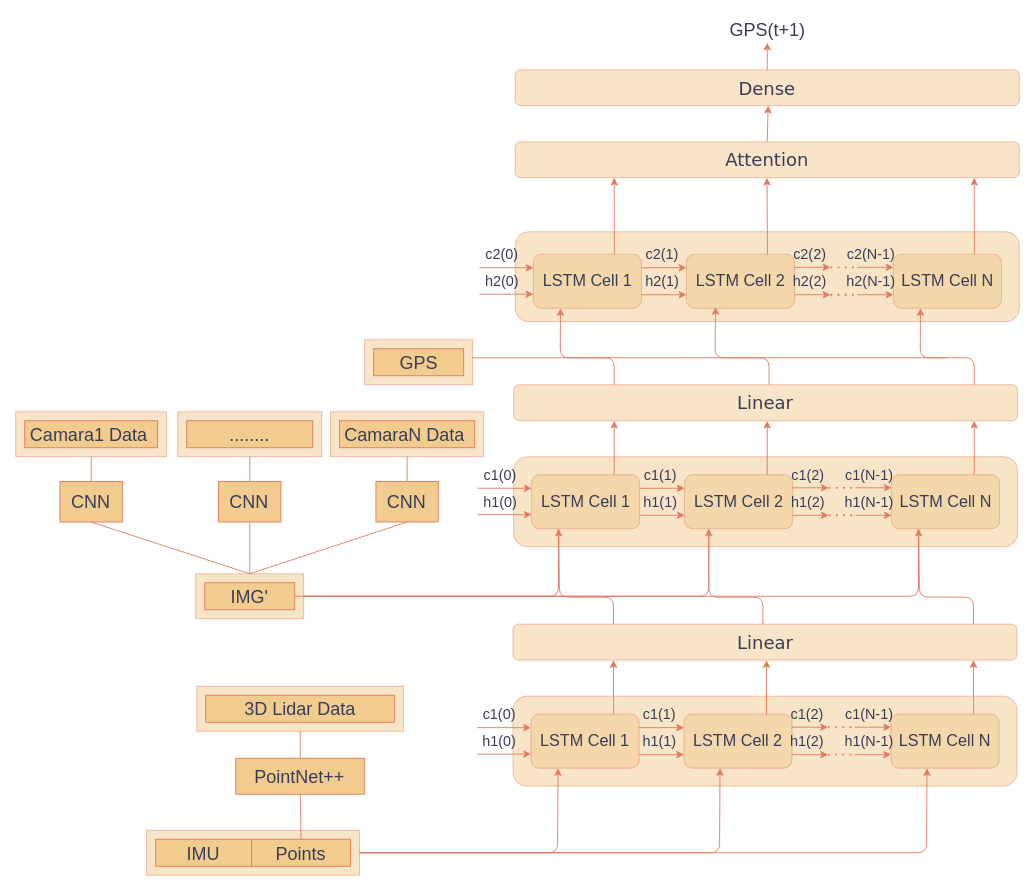
This is LSTM单独.drawio from WFTGF2024/UML, a draw.io file, before an edit. Source tidied: cells renumbered, new cells numbered last; positions are measured from the earlier drawing's top-left corner, leaving out a move shared by most shapes. Both pictures are drawn from the tidied source at 90%, with x=0, y=0 at pixel (15, 15).
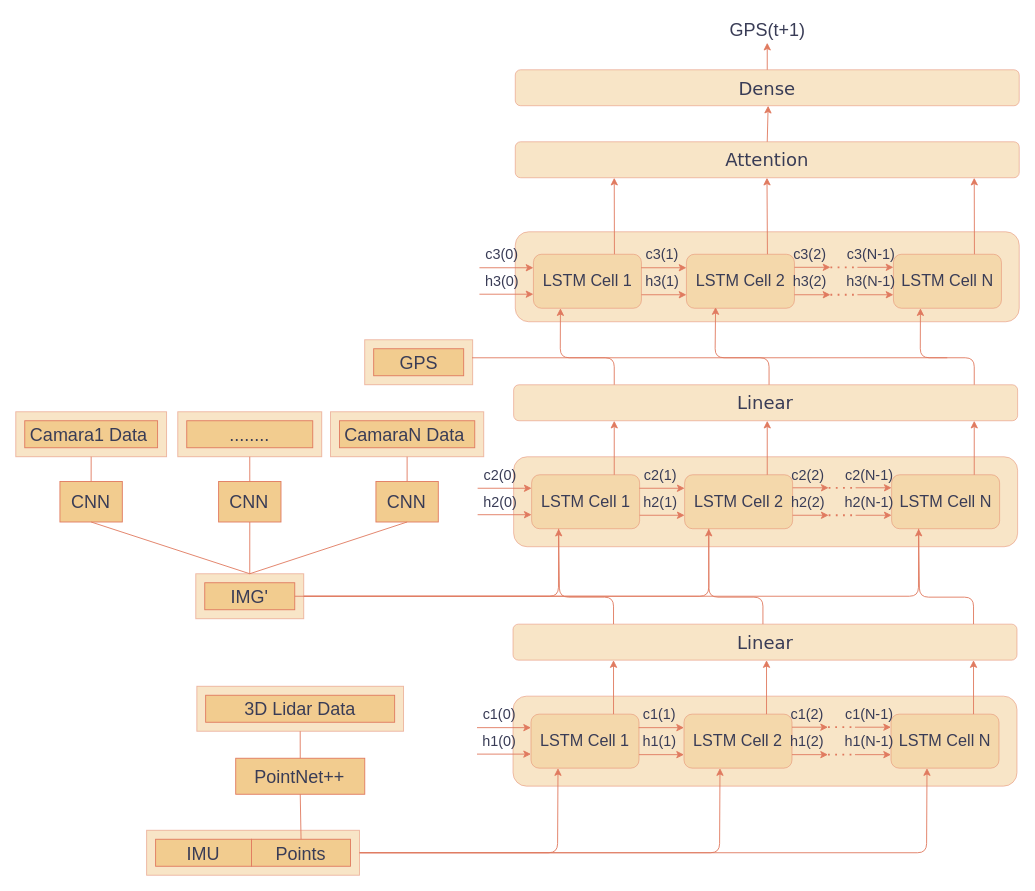
The same diagram, later.

Change to the diagram source:
```diff
@@
-    <mxCell id="30" value="&lt;font style=&quot;font-size: 16px;&quot;&gt;c1(0)&lt;/font&gt;" style="text;html=1;align=center;verticalAlign=middle;strokeColor=none;fillColor=none;labelBackgroundColor=none;fontColor=#393C56;" parent="1" vertex="1">
+    <mxCell id="30" value="&lt;font style=&quot;font-size: 16px;&quot;&gt;c2(0)&lt;/font&gt;" style="text;html=1;align=center;verticalAlign=middle;strokeColor=none;fillColor=none;labelBackgroundColor=none;fontColor=#393C56;" parent="1" vertex="1">
       <mxGeometry x="507.7" y="495" width="60" height="30" as="geometry" />
     </mxCell>
-    <mxCell id="31" value="&lt;font style=&quot;font-size: 16px;&quot;&gt;h1(0)&lt;/font&gt;" style="text;html=1;align=center;verticalAlign=middle;strokeColor=none;fillColor=none;labelBackgroundColor=none;fontColor=#393C56;" parent="1" vertex="1">
+    <mxCell id="31" value="&lt;font style=&quot;font-size: 16px;&quot;&gt;h2(0)&lt;/font&gt;" style="text;html=1;align=center;verticalAlign=middle;strokeColor=none;fillColor=none;labelBackgroundColor=none;fontColor=#393C56;" parent="1" vertex="1">
       <mxGeometry x="507.7" y="525" width="60" height="30" as="geometry" />
     </mxCell>
-    <mxCell id="32" value="&lt;font style=&quot;font-size: 16px;&quot;&gt;c1(1)&lt;/font&gt;" style="text;html=1;align=center;verticalAlign=middle;strokeColor=none;fillColor=none;labelBackgroundColor=none;fontColor=#393C56;" parent="1" vertex="1">
+    <mxCell id="32" value="&lt;font style=&quot;font-size: 16px;&quot;&gt;c2(1)&lt;/font&gt;" style="text;html=1;align=center;verticalAlign=middle;strokeColor=none;fillColor=none;labelBackgroundColor=none;fontColor=#393C56;" parent="1" vertex="1">
       <mxGeometry x="685.7" y="495" width="60" height="30" as="geometry" />
     </mxCell>
-    <mxCell id="33" value="&lt;font style=&quot;font-size: 16px;&quot;&gt;h1(1)&lt;/font&gt;" style="text;html=1;align=center;verticalAlign=middle;strokeColor=none;fillColor=none;labelBackgroundColor=none;fontColor=#393C56;" parent="1" vertex="1">
+    <mxCell id="33" value="&lt;font style=&quot;font-size: 16px;&quot;&gt;h2(1)&lt;/font&gt;" style="text;html=1;align=center;verticalAlign=middle;strokeColor=none;fillColor=none;labelBackgroundColor=none;fontColor=#393C56;" parent="1" vertex="1">
       <mxGeometry x="685.7" y="525" width="60" height="30" as="geometry" />
     </mxCell>
-    <mxCell id="34" value="&lt;font style=&quot;font-size: 16px;&quot;&gt;c1(2)&lt;/font&gt;" style="text;html=1;align=center;verticalAlign=middle;strokeColor=none;fillColor=none;labelBackgroundColor=none;fontColor=#393C56;" parent="1" vertex="1">
+    <mxCell id="34" value="&lt;font style=&quot;font-size: 16px;&quot;&gt;c2(2)&lt;/font&gt;" style="text;html=1;align=center;verticalAlign=middle;strokeColor=none;fillColor=none;labelBackgroundColor=none;fontColor=#393C56;" parent="1" vertex="1">
       <mxGeometry x="849.7" y="495" width="60" height="30" as="geometry" />
     </mxCell>
-    <mxCell id="35" value="&lt;font style=&quot;font-size: 16px;&quot;&gt;h1(2)&lt;/font&gt;" style="text;html=1;align=center;verticalAlign=middle;strokeColor=none;fillColor=none;labelBackgroundColor=none;fontColor=#393C56;" parent="1" vertex="1">
+    <mxCell id="35" value="&lt;font style=&quot;font-size: 16px;&quot;&gt;h2(2)&lt;/font&gt;" style="text;html=1;align=center;verticalAlign=middle;strokeColor=none;fillColor=none;labelBackgroundColor=none;fontColor=#393C56;" parent="1" vertex="1">
       <mxGeometry x="849.7" y="525" width="60" height="30" as="geometry" />
     </mxCell>
-    <mxCell id="36" value="&lt;font style=&quot;font-size: 16px;&quot;&gt;c1(N-1)&lt;/font&gt;" style="text;html=1;align=center;verticalAlign=middle;strokeColor=none;fillColor=none;labelBackgroundColor=none;fontColor=#393C56;" parent="1" vertex="1">
+    <mxCell id="36" value="&lt;font style=&quot;font-size: 16px;&quot;&gt;c2(N-1)&lt;/font&gt;" style="text;html=1;align=center;verticalAlign=middle;strokeColor=none;fillColor=none;labelBackgroundColor=none;fontColor=#393C56;" parent="1" vertex="1">
       <mxGeometry x="908.2" y="495" width="80" height="30" as="geometry" />
     </mxCell>
-    <mxCell id="37" value="&lt;font style=&quot;font-size: 16px;&quot;&gt;h1(N-1)&lt;/font&gt;" style="text;html=1;align=center;verticalAlign=middle;strokeColor=none;fillColor=none;labelBackgroundColor=none;fontColor=#393C56;" parent="1" vertex="1">
+    <mxCell id="37" value="&lt;font style=&quot;font-size: 16px;&quot;&gt;h2(N-1)&lt;/font&gt;" style="text;html=1;align=center;verticalAlign=middle;strokeColor=none;fillColor=none;labelBackgroundColor=none;fontColor=#393C56;" parent="1" vertex="1">
       <mxGeometry x="908.2" y="525" width="80" height="30" as="geometry" />
     </mxCell>
@@
-    <mxCell id="57" value="&lt;font style=&quot;font-size: 16px;&quot;&gt;c2(0)&lt;/font&gt;" style="text;html=1;align=center;verticalAlign=middle;strokeColor=none;fillColor=none;labelBackgroundColor=none;fontColor=#393C56;" parent="1" vertex="1">
+    <mxCell id="57" value="&lt;font style=&quot;font-size: 16px;&quot;&gt;c3(0)&lt;/font&gt;" style="text;html=1;align=center;verticalAlign=middle;strokeColor=none;fillColor=none;labelBackgroundColor=none;fontColor=#393C56;" parent="1" vertex="1">
       <mxGeometry x="509.7" y="250" width="60" height="30" as="geometry" />
     </mxCell>
-    <mxCell id="58" value="&lt;font style=&quot;font-size: 16px;&quot;&gt;h2(0)&lt;/font&gt;" style="text;html=1;align=center;verticalAlign=middle;strokeColor=none;fillColor=none;labelBackgroundColor=none;fontColor=#393C56;" parent="1" vertex="1">
+    <mxCell id="58" value="&lt;font style=&quot;font-size: 16px;&quot;&gt;h3(0)&lt;/font&gt;" style="text;html=1;align=center;verticalAlign=middle;strokeColor=none;fillColor=none;labelBackgroundColor=none;fontColor=#393C56;" parent="1" vertex="1">
       <mxGeometry x="509.7" y="280" width="60" height="30" as="geometry" />
     </mxCell>
-    <mxCell id="59" value="&lt;font style=&quot;font-size: 16px;&quot;&gt;c2(1)&lt;/font&gt;" style="text;html=1;align=center;verticalAlign=middle;strokeColor=none;fillColor=none;labelBackgroundColor=none;fontColor=#393C56;" parent="1" vertex="1">
+    <mxCell id="59" value="&lt;font style=&quot;font-size: 16px;&quot;&gt;c3(1)&lt;/font&gt;" style="text;html=1;align=center;verticalAlign=middle;strokeColor=none;fillColor=none;labelBackgroundColor=none;fontColor=#393C56;" parent="1" vertex="1">
       <mxGeometry x="687.7" y="250" width="60" height="30" as="geometry" />
     </mxCell>
-    <mxCell id="60" value="&lt;font style=&quot;font-size: 16px;&quot;&gt;h2(1)&lt;/font&gt;" style="text;html=1;align=center;verticalAlign=middle;strokeColor=none;fillColor=none;labelBackgroundColor=none;fontColor=#393C56;" parent="1" vertex="1">
+    <mxCell id="60" value="&lt;font style=&quot;font-size: 16px;&quot;&gt;h3(1)&lt;/font&gt;" style="text;html=1;align=center;verticalAlign=middle;strokeColor=none;fillColor=none;labelBackgroundColor=none;fontColor=#393C56;" parent="1" vertex="1">
       <mxGeometry x="687.7" y="280" width="60" height="30" as="geometry" />
     </mxCell>
-    <mxCell id="61" value="&lt;font style=&quot;font-size: 16px;&quot;&gt;c2(2)&lt;/font&gt;" style="text;html=1;align=center;verticalAlign=middle;strokeColor=none;fillColor=none;labelBackgroundColor=none;fontColor=#393C56;" parent="1" vertex="1">
+    <mxCell id="61" value="&lt;font style=&quot;font-size: 16px;&quot;&gt;c3(2)&lt;/font&gt;" style="text;html=1;align=center;verticalAlign=middle;strokeColor=none;fillColor=none;labelBackgroundColor=none;fontColor=#393C56;" parent="1" vertex="1">
       <mxGeometry x="851.7" y="250" width="60" height="30" as="geometry" />
     </mxCell>
-    <mxCell id="62" value="&lt;font style=&quot;font-size: 16px;&quot;&gt;h2(2)&lt;/font&gt;" style="text;html=1;align=center;verticalAlign=middle;strokeColor=none;fillColor=none;labelBackgroundColor=none;fontColor=#393C56;" parent="1" vertex="1">
+    <mxCell id="62" value="&lt;font style=&quot;font-size: 16px;&quot;&gt;h3(2)&lt;/font&gt;" style="text;html=1;align=center;verticalAlign=middle;strokeColor=none;fillColor=none;labelBackgroundColor=none;fontColor=#393C56;" parent="1" vertex="1">
       <mxGeometry x="851.7" y="280" width="60" height="30" as="geometry" />
     </mxCell>
-    <mxCell id="63" value="&lt;font style=&quot;font-size: 16px;&quot;&gt;c2(N-1)&lt;/font&gt;" style="text;html=1;align=center;verticalAlign=middle;strokeColor=none;fillColor=none;labelBackgroundColor=none;fontColor=#393C56;" parent="1" vertex="1">
+    <mxCell id="63" value="&lt;font style=&quot;font-size: 16px;&quot;&gt;c3(N-1)&lt;/font&gt;" style="text;html=1;align=center;verticalAlign=middle;strokeColor=none;fillColor=none;labelBackgroundColor=none;fontColor=#393C56;" parent="1" vertex="1">
       <mxGeometry x="910.2" y="250" width="80" height="30" as="geometry" />
     </mxCell>
-    <mxCell id="64" value="&lt;font style=&quot;font-size: 16px;&quot;&gt;h2(N-1)&lt;/font&gt;" style="text;html=1;align=center;verticalAlign=middle;strokeColor=none;fillColor=none;labelBackgroundColor=none;fontColor=#393C56;" parent="1" vertex="1">
+    <mxCell id="64" value="&lt;font style=&quot;font-size: 16px;&quot;&gt;h3(N-1)&lt;/font&gt;" style="text;html=1;align=center;verticalAlign=middle;strokeColor=none;fillColor=none;labelBackgroundColor=none;fontColor=#393C56;" parent="1" vertex="1">
       <mxGeometry x="910.2" y="280" width="80" height="30" as="geometry" />
     </mxCell>
```
